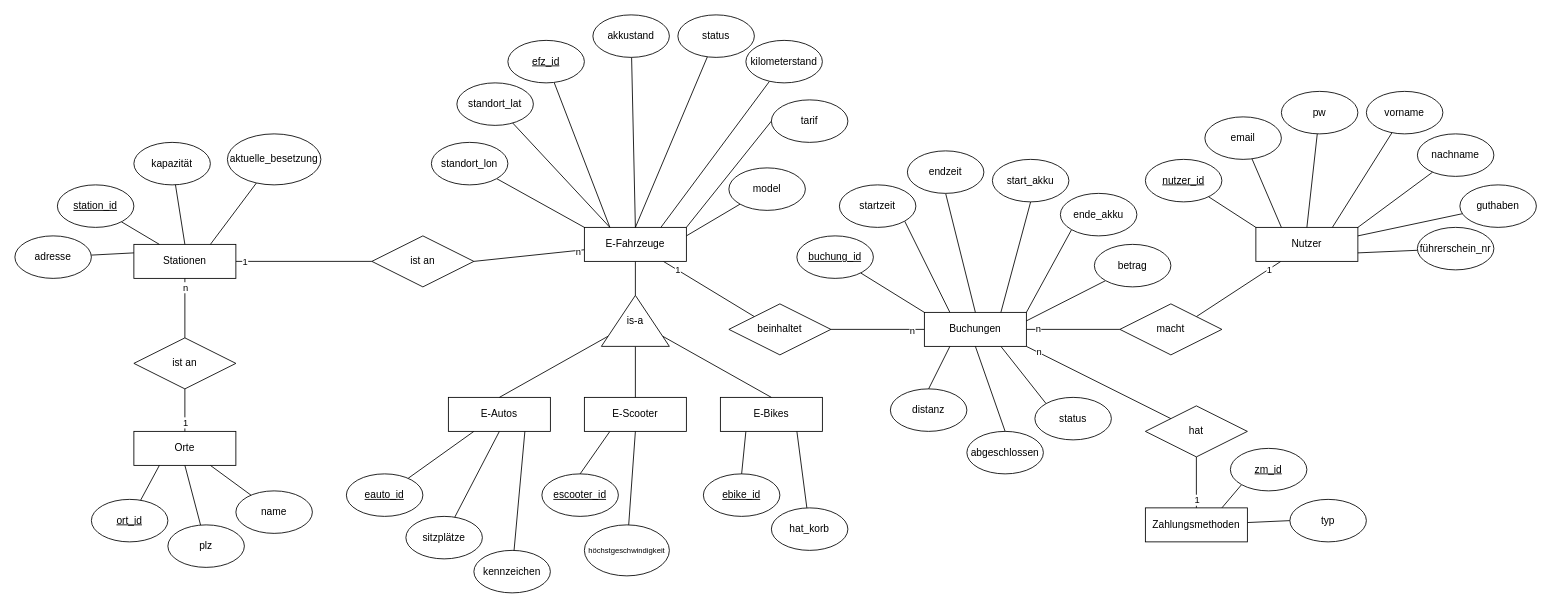
This is erm.drawio from wektor-0/MobilityProject, a draw.io file, before an edit. Source tidied: cells renumbered, new cells numbered last; positions are measured from the earlier drawing's top-left corner, leaving out a move shared by most shapes. Both pictures are drawn from the tidied source at 85%, with x=0, y=0 at pixel (14, 14).
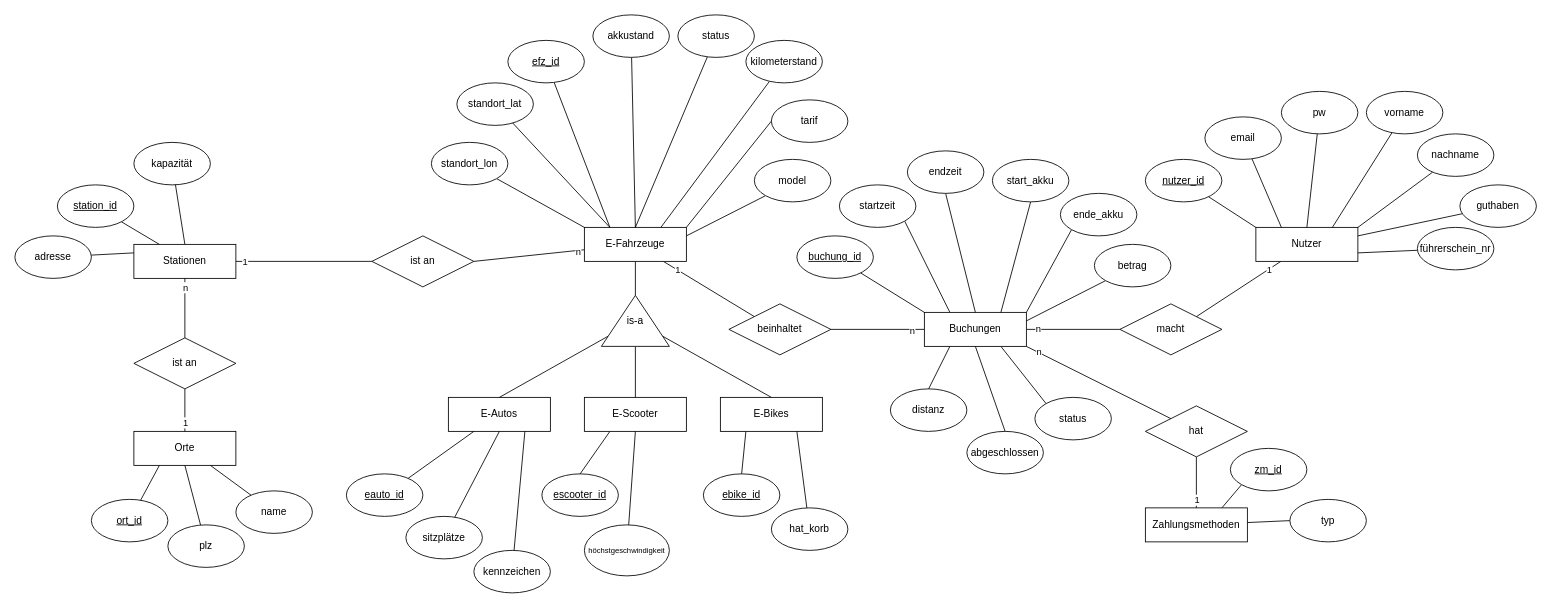
After the change.

The change refers to these unchanged cells:
```xml
<mxCell id="23" value="Stationen" style="rounded=0;whiteSpace=wrap;html=1;labelBackgroundColor=none;" parent="1" vertex="1">
  <mxGeometry x="140" y="270" width="120" height="40" as="geometry" />
</mxCell>
```

The edit, as a diff of the source:
```diff
@@
-    <mxCell id="87" style="edgeStyle=none;shape=connector;rounded=0;jettySize=auto;html=1;entryX=0.75;entryY=0;entryDx=0;entryDy=0;strokeColor=default;align=center;verticalAlign=middle;fontFamily=Helvetica;fontSize=11;fontColor=default;labelBackgroundColor=default;endArrow=none;endFill=0;" parent="1" edge="1" source="88" target="23">
-      <mxGeometry relative="1" as="geometry" />
-    </mxCell>
-    <mxCell id="88" value="&lt;div&gt;aktuelle_besetzung&lt;/div&gt;" style="ellipse;whiteSpace=wrap;html=1;" parent="1" vertex="1">
-      <mxGeometry x="250" y="140" width="110" height="60" as="geometry" />
-    </mxCell>
@@
     <mxCell id="93" value="&lt;div&gt;model&lt;/div&gt;" style="ellipse;whiteSpace=wrap;html=1;" parent="1" vertex="1">
-      <mxGeometry x="840" y="180" width="90" height="50" as="geometry" />
+      <mxGeometry x="870" y="170" width="90" height="50" as="geometry" />
     </mxCell>
```
